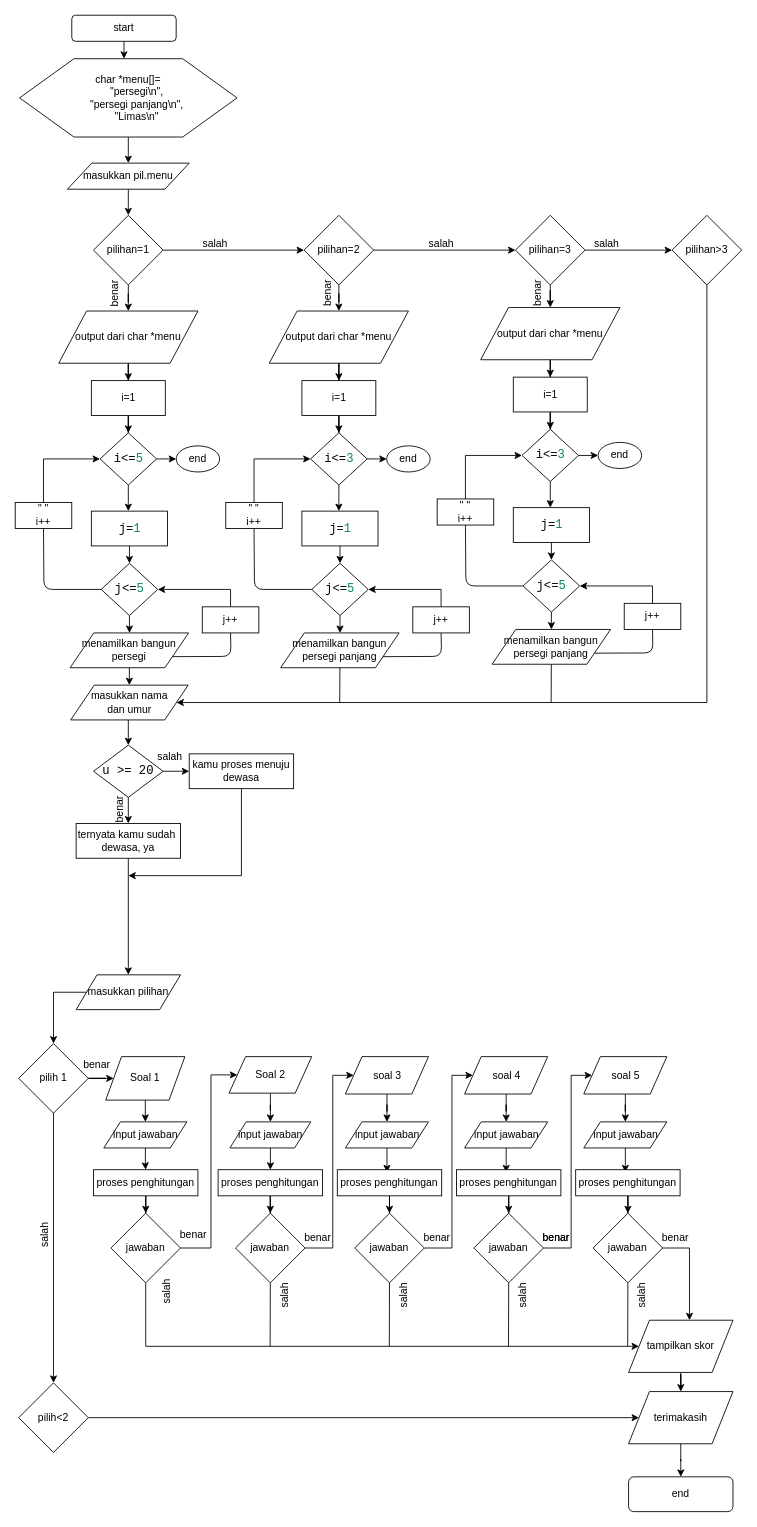
rifaatulmahmudah0998/Siti-Rifatul-Mahmudah keeps this draw.io diagram as week14.drawio. Above is the earlier version. Source tidied: cells renumbered, new cells numbered last; positions are measured from the earlier drawing's top-left corner, leaving out a move shared by most shapes. Both pictures are drawn from the tidied source at 87%, with x=0, y=0 at pixel (15, 15).
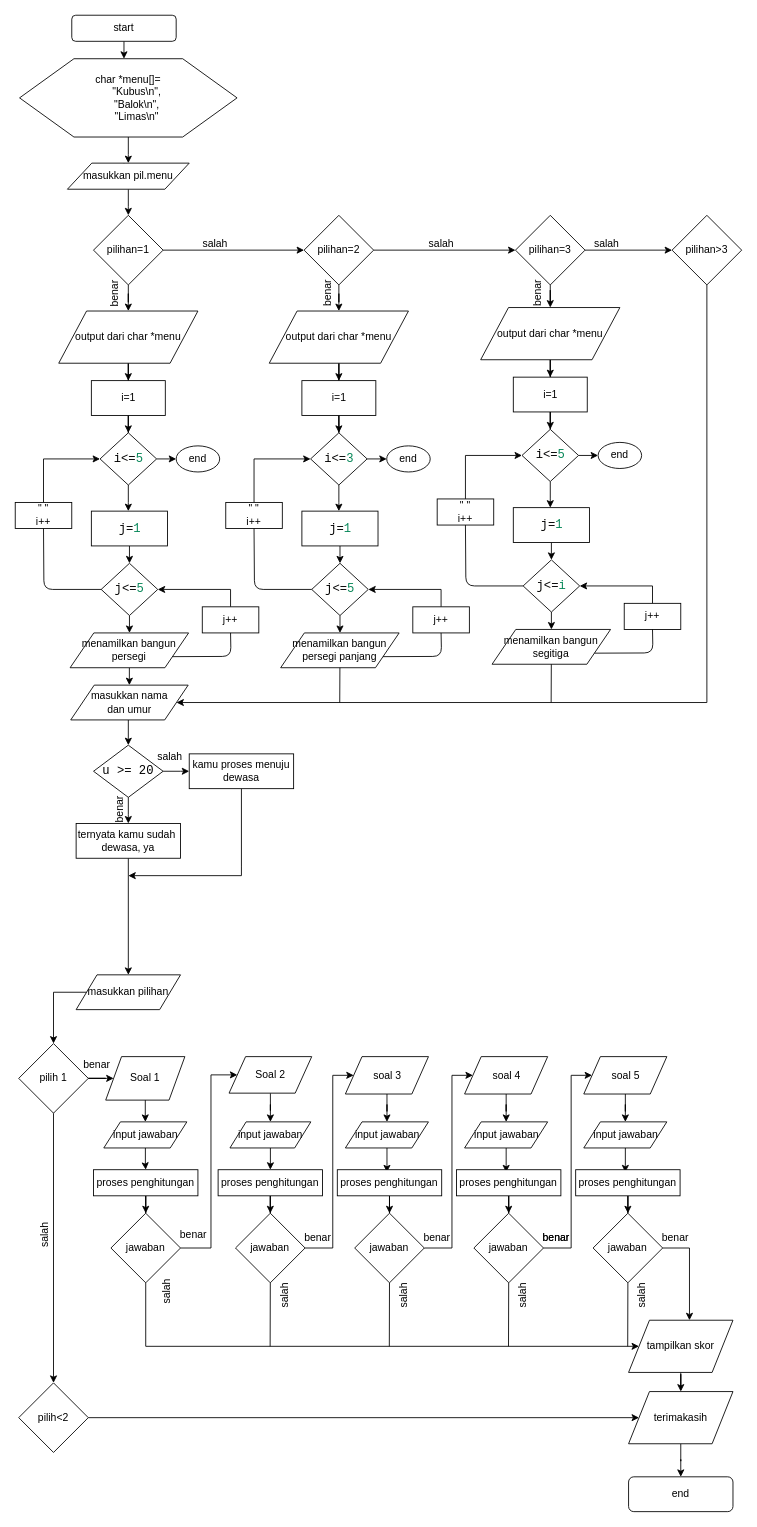
The same diagram, later.

What changed in the source:
```diff
@@
-    <mxCell id="8" value="&lt;div&gt;char *menu[]=&lt;/div&gt;&lt;div&gt;&amp;nbsp; &amp;nbsp; &amp;nbsp; &quot;persegi\n&quot;,&lt;/div&gt;&lt;div&gt;&amp;nbsp; &amp;nbsp; &amp;nbsp; &quot;persegi panjang\n&quot;,&lt;/div&gt;&lt;div&gt;&amp;nbsp; &amp;nbsp; &amp;nbsp; &quot;Limas\n&quot;&lt;/div&gt;" style="shape=hexagon;perimeter=hexagonPerimeter2;whiteSpace=wrap;html=1;" parent="1" vertex="1">
+    <mxCell id="8" value="&lt;div&gt;char *menu[]=&lt;/div&gt;&lt;div&gt;&amp;nbsp; &amp;nbsp; &amp;nbsp; &quot;Kubus\n&quot;,&lt;/div&gt;&lt;div&gt;&amp;nbsp; &amp;nbsp; &amp;nbsp; &quot;Balok\n&quot;,&lt;/div&gt;&lt;div&gt;&amp;nbsp; &amp;nbsp; &amp;nbsp; &quot;Limas\n&quot;&lt;/div&gt;" style="shape=hexagon;perimeter=hexagonPerimeter2;whiteSpace=wrap;html=1;" parent="1" vertex="1">
       <mxGeometry x="5" y="50" width="250" height="90" as="geometry" />
     </mxCell>
@@
-    <mxCell id="76" value="&lt;div style=&quot;background-color: rgb(255 , 255 , 254) ; font-family: &amp;#34;consolas&amp;#34; , &amp;#34;courier new&amp;#34; , monospace ; font-size: 14px ; line-height: 19px&quot;&gt;i&amp;lt;=&lt;font color=&quot;#09885a&quot;&gt;3&lt;/font&gt;&lt;/div&gt;" style="rhombus;whiteSpace=wrap;html=1;" parent="1" vertex="1">
+    <mxCell id="76" value="&lt;div style=&quot;background-color: rgb(255 , 255 , 254) ; font-family: &amp;#34;consolas&amp;#34; , &amp;#34;courier new&amp;#34; , monospace ; font-size: 14px ; line-height: 19px&quot;&gt;i&amp;lt;=&lt;font color=&quot;#09885a&quot;&gt;5&lt;/font&gt;&lt;/div&gt;" style="rhombus;whiteSpace=wrap;html=1;" parent="1" vertex="1">
       <mxGeometry x="582.5" y="476" width="65" height="60" as="geometry" />
     </mxCell>
@@
-    <mxCell id="80" value="&lt;div style=&quot;background-color: rgb(255 , 255 , 254) ; font-family: &amp;#34;consolas&amp;#34; , &amp;#34;courier new&amp;#34; , monospace ; font-size: 14px ; line-height: 19px&quot;&gt;j&amp;lt;=&lt;span style=&quot;color: #09885a&quot;&gt;5&lt;/span&gt;&lt;/div&gt;" style="rhombus;whiteSpace=wrap;html=1;" parent="1" vertex="1">
+    <mxCell id="80" value="&lt;div style=&quot;background-color: rgb(255 , 255 , 254) ; font-family: &amp;#34;consolas&amp;#34; , &amp;#34;courier new&amp;#34; , monospace ; font-size: 14px ; line-height: 19px&quot;&gt;j&amp;lt;=&lt;font color=&quot;#09885a&quot;&gt;i&lt;/font&gt;&lt;/div&gt;" style="rhombus;whiteSpace=wrap;html=1;" parent="1" vertex="1">
       <mxGeometry x="583.8" y="626" width="65" height="60" as="geometry" />
     </mxCell>
@@
-    <mxCell id="84" value="menamilkan bangun&lt;br&gt;persegi panjang" style="shape=parallelogram;perimeter=parallelogramPerimeter;whiteSpace=wrap;html=1;" parent="1" vertex="1">
+    <mxCell id="84" value="menamilkan bangun&lt;br&gt;segitiga" style="shape=parallelogram;perimeter=parallelogramPerimeter;whiteSpace=wrap;html=1;" parent="1" vertex="1">
       <mxGeometry x="548.1" y="706" width="136.2" height="40" as="geometry" />
     </mxCell>
```
